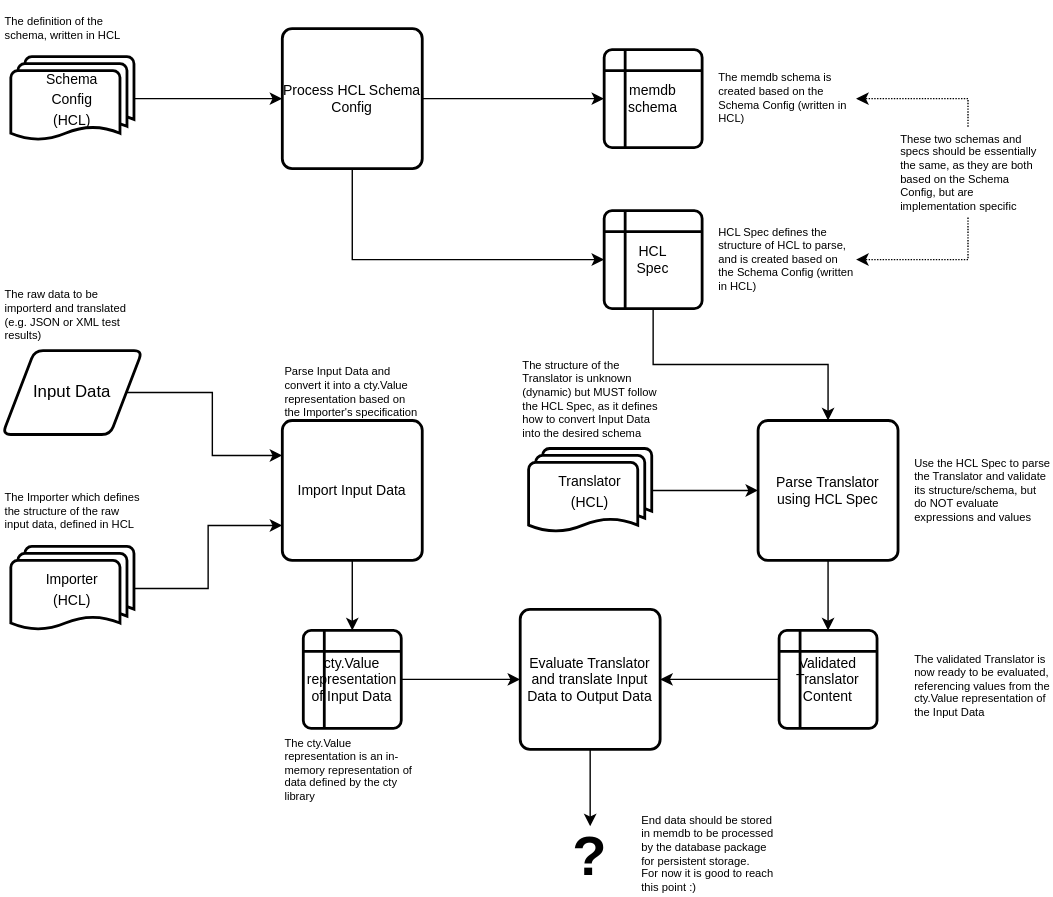
The draw.io diagram docs/images/hcl-schema-translation-workflow.drawio.svg in valocode/bubbly, before a commit. Source tidied: cells renumbered, new cells last; positions are measured from the earlier drawing's top-left corner, leaving out a move shared by most shapes.
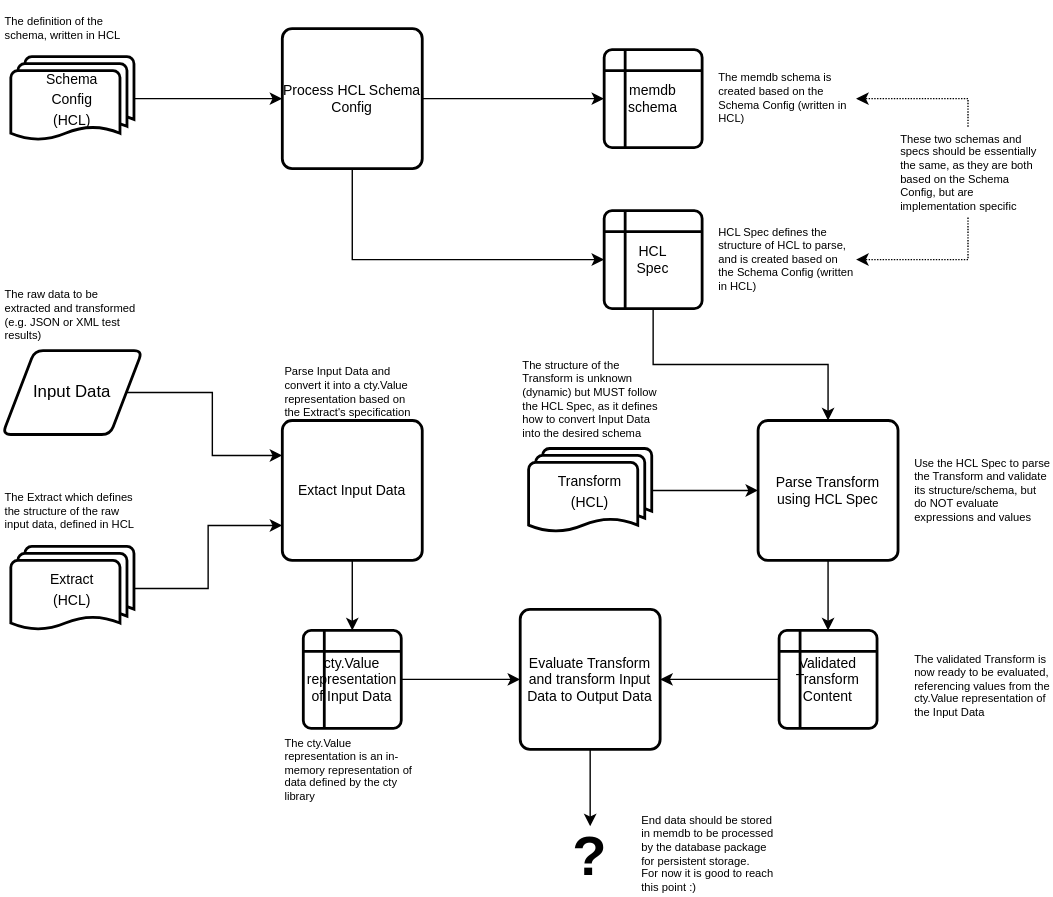
Above is the later version.

Diff of the diagram source:
```diff
@@ -29,13 +29,13 @@
     <mxCell id="10" style="edgeStyle=orthogonalEdgeStyle;rounded=0;jettySize=auto;html=1;exitX=1;exitY=0.5;exitDx=0;exitDy=0;exitPerimeter=0;entryX=0;entryY=0.75;entryDx=0;entryDy=0;fontSize=10;" parent="1" edge="1" source="11" target="13">
       <mxGeometry relative="1" as="geometry" />
     </mxCell>
-    <mxCell id="11" value="&lt;span style=&quot;font-size: 10px&quot;&gt;Importer&lt;br&gt;(HCL)&lt;br&gt;&lt;/span&gt;" style="strokeWidth=2;html=1;shape=mxgraph.flowchart.multi-document;whiteSpace=wrap;" parent="1" vertex="1">
+    <mxCell id="11" value="&lt;span style=&quot;font-size: 10px&quot;&gt;Extract&lt;br&gt;(HCL)&lt;br&gt;&lt;/span&gt;" style="strokeWidth=2;html=1;shape=mxgraph.flowchart.multi-document;whiteSpace=wrap;" parent="1" vertex="1">
       <mxGeometry x="6" y="390" width="88" height="60" as="geometry" />
     </mxCell>
     <mxCell id="12" style="edgeStyle=orthogonalEdgeStyle;rounded=0;jettySize=auto;html=1;exitX=0.5;exitY=1;exitDx=0;exitDy=0;entryX=0.5;entryY=0;entryDx=0;entryDy=0;fontSize=8;" parent="1" edge="1" source="13" target="15">
       <mxGeometry relative="1" as="geometry" />
     </mxCell>
-    <mxCell id="13" value="Import Input Data" style="rounded=1;whiteSpace=wrap;html=1;absoluteArcSize=1;arcSize=14;strokeWidth=2;fontSize=10;" parent="1" vertex="1">
+    <mxCell id="13" value="Extact Input Data" style="rounded=1;whiteSpace=wrap;html=1;absoluteArcSize=1;arcSize=14;strokeWidth=2;fontSize=10;" parent="1" vertex="1">
       <mxGeometry x="200" y="300" width="100" height="100" as="geometry" />
     </mxCell>
     <mxCell id="14" style="edgeStyle=orthogonalEdgeStyle;rounded=0;jettySize=auto;html=1;exitX=1;exitY=0.5;exitDx=0;exitDy=0;entryX=0;entryY=0.5;entryDx=0;entryDy=0;fontSize=8;" parent="1" edge="1" source="15" target="37">
@@ -68,46 +68,46 @@
     <mxCell id="23" value="The definition of the schema, written in HCL" style="text;html=1;strokeColor=none;fillColor=none;align=left;verticalAlign=middle;whiteSpace=wrap;rounded=0;dashed=1;dashPattern=1 1;fontSize=8;" parent="1" vertex="1">
       <mxGeometry width="100" height="40" as="geometry" />
     </mxCell>
-    <mxCell id="24" value="The raw data to be importerd and translated (e.g. JSON or XML test results)" style="text;html=1;strokeColor=none;fillColor=none;align=left;verticalAlign=middle;whiteSpace=wrap;rounded=0;dashed=1;dashPattern=1 1;fontSize=8;" parent="1" vertex="1">
+    <mxCell id="24" value="The raw data to be extracted and transformed (e.g. JSON or XML test results)" style="text;html=1;strokeColor=none;fillColor=none;align=left;verticalAlign=middle;whiteSpace=wrap;rounded=0;dashed=1;dashPattern=1 1;fontSize=8;" parent="1" vertex="1">
       <mxGeometry y="200" width="100" height="50" as="geometry" />
     </mxCell>
-    <mxCell id="25" value="The Importer which defines the structure of the raw input data, defined in HCL" style="text;html=1;strokeColor=none;fillColor=none;align=left;verticalAlign=middle;whiteSpace=wrap;rounded=0;dashed=1;dashPattern=1 1;fontSize=8;" parent="1" vertex="1">
+    <mxCell id="25" value="The Extract which defines the structure of the raw input data, defined in HCL" style="text;html=1;strokeColor=none;fillColor=none;align=left;verticalAlign=middle;whiteSpace=wrap;rounded=0;dashed=1;dashPattern=1 1;fontSize=8;" parent="1" vertex="1">
       <mxGeometry y="340" width="100" height="50" as="geometry" />
     </mxCell>
-    <mxCell id="26" value="Parse Input Data and convert it into a cty.Value representation based on the Importer's specification" style="text;html=1;strokeColor=none;fillColor=none;align=left;verticalAlign=middle;whiteSpace=wrap;rounded=0;dashed=1;dashPattern=1 1;fontSize=8;" parent="1" vertex="1">
+    <mxCell id="26" value="Parse Input Data and convert it into a cty.Value representation based on the Extract's specification" style="text;html=1;strokeColor=none;fillColor=none;align=left;verticalAlign=middle;whiteSpace=wrap;rounded=0;dashed=1;dashPattern=1 1;fontSize=8;" parent="1" vertex="1">
       <mxGeometry x="200" y="255" width="100" height="50" as="geometry" />
     </mxCell>
     <mxCell id="27" style="edgeStyle=orthogonalEdgeStyle;rounded=0;jettySize=auto;html=1;exitX=1;exitY=0.5;exitDx=0;exitDy=0;exitPerimeter=0;entryX=0;entryY=0.5;entryDx=0;entryDy=0;fontSize=8;" parent="1" edge="1" source="28" target="30">
       <mxGeometry relative="1" as="geometry" />
     </mxCell>
-    <mxCell id="28" value="&lt;span style=&quot;font-size: 10px&quot;&gt;Translator&lt;br&gt;(HCL)&lt;br&gt;&lt;/span&gt;" style="strokeWidth=2;html=1;shape=mxgraph.flowchart.multi-document;whiteSpace=wrap;" parent="1" vertex="1">
+    <mxCell id="28" value="&lt;span style=&quot;font-size: 10px&quot;&gt;Transform&lt;br&gt;(HCL)&lt;br&gt;&lt;/span&gt;" style="strokeWidth=2;html=1;shape=mxgraph.flowchart.multi-document;whiteSpace=wrap;" parent="1" vertex="1">
       <mxGeometry x="376" y="320" width="88" height="60" as="geometry" />
     </mxCell>
     <mxCell id="29" style="edgeStyle=orthogonalEdgeStyle;rounded=0;jettySize=auto;html=1;exitX=0.5;exitY=1;exitDx=0;exitDy=0;entryX=0.5;entryY=0;entryDx=0;entryDy=0;fontSize=8;" parent="1" edge="1" source="30" target="33">
       <mxGeometry relative="1" as="geometry" />
     </mxCell>
-    <mxCell id="30" value="Parse Translator using HCL Spec" style="rounded=1;whiteSpace=wrap;html=1;absoluteArcSize=1;arcSize=14;strokeWidth=2;fontSize=10;" parent="1" vertex="1">
+    <mxCell id="30" value="Parse Transform using HCL Spec" style="rounded=1;whiteSpace=wrap;html=1;absoluteArcSize=1;arcSize=14;strokeWidth=2;fontSize=10;" parent="1" vertex="1">
       <mxGeometry x="540" y="300" width="100" height="100" as="geometry" />
     </mxCell>
-    <mxCell id="31" value="The structure of the Translator is unknown (dynamic) but MUST follow the HCL Spec, as it defines how to convert Input Data into the desired schema" style="text;html=1;strokeColor=none;fillColor=none;align=left;verticalAlign=middle;whiteSpace=wrap;rounded=0;dashed=1;dashPattern=1 1;fontSize=8;" parent="1" vertex="1">
+    <mxCell id="31" value="The structure of the Transform is unknown (dynamic) but MUST follow the HCL Spec, as it defines how to convert Input Data into the desired schema" style="text;html=1;strokeColor=none;fillColor=none;align=left;verticalAlign=middle;whiteSpace=wrap;rounded=0;dashed=1;dashPattern=1 1;fontSize=8;" parent="1" vertex="1">
       <mxGeometry x="370" y="255" width="100" height="60" as="geometry" />
     </mxCell>
     <mxCell id="32" style="edgeStyle=orthogonalEdgeStyle;rounded=0;jettySize=auto;html=1;exitX=0;exitY=0.5;exitDx=0;exitDy=0;entryX=1;entryY=0.5;entryDx=0;entryDy=0;fontSize=8;" parent="1" edge="1" source="33" target="37">
       <mxGeometry relative="1" as="geometry" />
     </mxCell>
-    <mxCell id="33" value="Validated&lt;br&gt;Translator&lt;br&gt;Content" style="shape=internalStorage;whiteSpace=wrap;html=1;dx=15;dy=15;rounded=1;arcSize=8;strokeWidth=2;fontSize=10;" parent="1" vertex="1">
+    <mxCell id="33" value="Validated&lt;br&gt;Transform&lt;br&gt;Content" style="shape=internalStorage;whiteSpace=wrap;html=1;dx=15;dy=15;rounded=1;arcSize=8;strokeWidth=2;fontSize=10;" parent="1" vertex="1">
       <mxGeometry x="555" y="450" width="70" height="70" as="geometry" />
     </mxCell>
-    <mxCell id="34" value="Use the HCL Spec to parse the Translator and validate its structure/schema, but do NOT evaluate expressions and values" style="text;html=1;strokeColor=none;fillColor=none;align=left;verticalAlign=middle;whiteSpace=wrap;rounded=0;dashed=1;dashPattern=1 1;fontSize=8;" parent="1" vertex="1">
+    <mxCell id="34" value="Use the HCL Spec to parse the Transform and validate its structure/schema, but do NOT evaluate expressions and values" style="text;html=1;strokeColor=none;fillColor=none;align=left;verticalAlign=middle;whiteSpace=wrap;rounded=0;dashed=1;dashPattern=1 1;fontSize=8;" parent="1" vertex="1">
       <mxGeometry x="650" y="320" width="100" height="60" as="geometry" />
     </mxCell>
-    <mxCell id="35" value="The validated Translator is now ready to be evaluated, referencing values from the cty.Value representation of the Input Data" style="text;html=1;strokeColor=none;fillColor=none;align=left;verticalAlign=middle;whiteSpace=wrap;rounded=0;dashed=1;dashPattern=1 1;fontSize=8;" parent="1" vertex="1">
+    <mxCell id="35" value="The validated Transform is now ready to be evaluated, referencing values from the cty.Value representation of the Input Data" style="text;html=1;strokeColor=none;fillColor=none;align=left;verticalAlign=middle;whiteSpace=wrap;rounded=0;dashed=1;dashPattern=1 1;fontSize=8;" parent="1" vertex="1">
       <mxGeometry x="650" y="460" width="100" height="60" as="geometry" />
     </mxCell>
     <mxCell id="36" style="edgeStyle=orthogonalEdgeStyle;rounded=0;jettySize=auto;html=1;exitX=0.5;exitY=1;exitDx=0;exitDy=0;entryX=0.5;entryY=0;entryDx=0;entryDy=0;fontSize=8;" parent="1" edge="1" source="37" target="39">
       <mxGeometry relative="1" as="geometry" />
     </mxCell>
-    <mxCell id="37" value="Evaluate Translator and translate Input Data to Output Data" style="rounded=1;whiteSpace=wrap;html=1;absoluteArcSize=1;arcSize=14;strokeWidth=2;fontSize=10;" parent="1" vertex="1">
+    <mxCell id="37" value="Evaluate Transform and transform Input Data to Output Data" style="rounded=1;whiteSpace=wrap;html=1;absoluteArcSize=1;arcSize=14;strokeWidth=2;fontSize=10;" parent="1" vertex="1">
       <mxGeometry x="370" y="435" width="100" height="100" as="geometry" />
     </mxCell>
     <mxCell id="38" value="The cty.Value representation is an in-memory representation of data defined by the cty library" style="text;html=1;strokeColor=none;fillColor=none;align=left;verticalAlign=middle;whiteSpace=wrap;rounded=0;dashed=1;dashPattern=1 1;fontSize=8;" parent="1" vertex="1">
```
